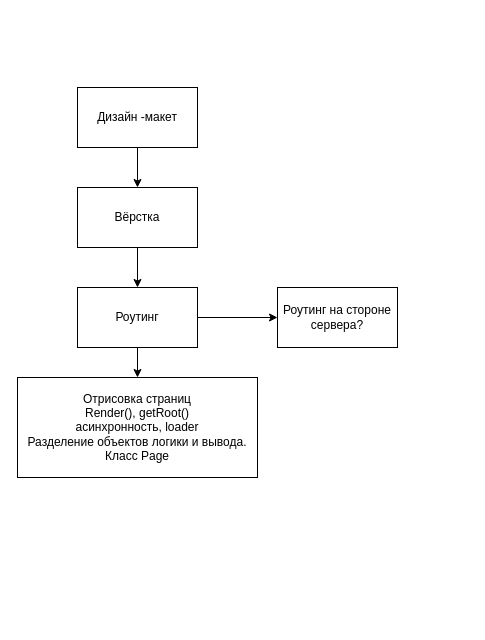
Before: page "Этапы создания проекта" (4 of 6) of TictacToe.drawio in OlegRnd/tic-tac-toe, a draw.io diagram. Source tidied: cells renumbered, new cells numbered last; positions are measured from the earlier drawing's top-left corner, leaving out a move shared by most shapes. Both pictures are drawn from the tidied source at 100%, with x=0, y=0 at pixel (17, 87).
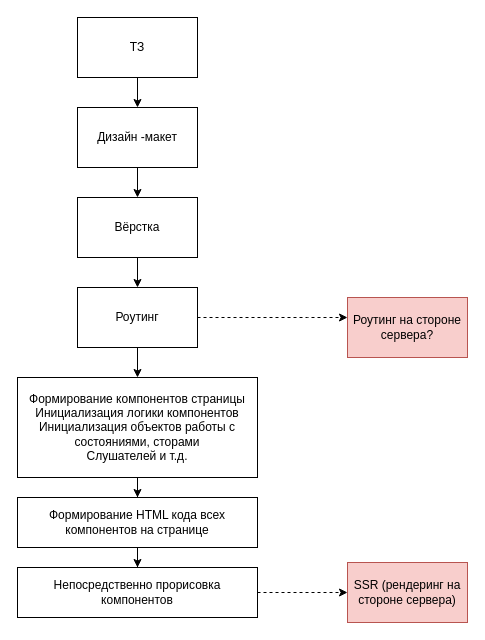
After the change.

The change refers to these unchanged cells:
```xml
<mxCell id="8" value="Роутинг" style="rounded=0;whiteSpace=wrap;html=1;fillColor=none;" parent="1" vertex="1">
  <mxGeometry x="60" y="200" width="120" height="60" as="geometry" />
</mxCell>
```

Change to the diagram source:
```diff
@@
     <mxCell id="3" value="Дизайн -макет" style="rounded=0;whiteSpace=wrap;html=1;fillColor=none;" parent="1" vertex="1">
-      <mxGeometry x="60" width="120" height="60" as="geometry" />
+      <mxGeometry x="60" y="20" width="120" height="60" as="geometry" />
     </mxCell>
@@
     <mxCell id="5" value="Вёрстка" style="rounded=0;whiteSpace=wrap;html=1;fillColor=none;" parent="1" vertex="1">
-      <mxGeometry x="60" y="100" width="120" height="60" as="geometry" />
+      <mxGeometry x="60" y="110" width="120" height="60" as="geometry" />
     </mxCell>
@@
-    <mxCell id="7" style="edgeStyle=orthogonalEdgeStyle;rounded=0;jettySize=auto;html=1;" parent="1" edge="1" source="8" target="10">
-      <mxGeometry relative="1" as="geometry" />
+    <mxCell id="7" style="edgeStyle=orthogonalEdgeStyle;rounded=0;jettySize=auto;html=1;dashed=1;" parent="1" edge="1" source="8" target="10">
+      <mxGeometry relative="1" as="geometry">
+        <Array as="points">
+          <mxPoint x="290" y="230" />
+          <mxPoint x="290" y="230" />
+        </Array>
+      </mxGeometry>
     </mxCell>
@@
+    <mxCell id="11" style="edgeStyle=orthogonalEdgeStyle;rounded=0;jettySize=auto;html=1;" parent="1" edge="1" source="9" target="13">
+      <mxGeometry relative="1" as="geometry" />
+    </mxCell>
-    <mxCell id="9" value="Отрисовка страниц&lt;br&gt;Render(), getRoot()&lt;br&gt;асинхронность, loader&lt;br&gt;Разделение объектов логики и вывода. Класc Page" style="whiteSpace=wrap;html=1;rounded=0;fillColor=none;" parent="1" vertex="1">
+    <mxCell id="9" value="Формирование компонентов страницы&lt;br&gt;Инициализация логики компонентов&lt;br&gt;Инициализация объектов работы с состояниями, сторами&lt;br&gt;Слушателей и т.д." style="whiteSpace=wrap;html=1;rounded=0;fillColor=none;" parent="1" vertex="1">
       <mxGeometry y="290" width="240" height="100" as="geometry" />
     </mxCell>
-    <mxCell id="10" value="Роутинг на стороне сервера?" style="rounded=0;whiteSpace=wrap;html=1;fillColor=none;" parent="1" vertex="1">
-      <mxGeometry x="260" y="200" width="120" height="60" as="geometry" />
+    <mxCell id="10" value="Роутинг на стороне сервера?" style="rounded=0;whiteSpace=wrap;html=1;fillColor=#f8cecc;strokeColor=#b85450;" parent="1" vertex="1">
+      <mxGeometry x="330" y="210" width="120" height="60" as="geometry" />
     </mxCell>
+    <mxCell id="12" style="edgeStyle=orthogonalEdgeStyle;rounded=0;jettySize=auto;html=1;" parent="1" edge="1" source="13" target="15">
+      <mxGeometry relative="1" as="geometry" />
+    </mxCell>
+    <mxCell id="13" value="Формирование HTML кода всех компонентов на странице" style="whiteSpace=wrap;html=1;rounded=0;fillColor=none;" parent="1" vertex="1">
+      <mxGeometry y="410" width="240" height="50" as="geometry" />
+    </mxCell>
+    <mxCell id="14" style="edgeStyle=orthogonalEdgeStyle;rounded=0;jettySize=auto;html=1;dashed=1;" parent="1" edge="1" source="15" target="18">
+      <mxGeometry relative="1" as="geometry" />
+    </mxCell>
+    <mxCell id="15" value="Непосредственно прорисовка компонентов" style="whiteSpace=wrap;html=1;rounded=0;fillColor=none;" parent="1" vertex="1">
+      <mxGeometry y="480" width="240" height="50" as="geometry" />
+    </mxCell>
+    <mxCell id="16" value="ТЗ" style="whiteSpace=wrap;html=1;rounded=0;fillColor=none;" parent="1" vertex="1">
+      <mxGeometry x="60" y="-70" width="120" height="60" as="geometry" />
+    </mxCell>
+    <mxCell id="17" style="endArrow=classic;html=1;exitX=0.5;exitY=1;exitDx=0;exitDy=0;entryX=0.5;entryY=0;entryDx=0;entryDy=0;" parent="1" edge="1" source="16" target="3">
+      <mxGeometry relative="1" as="geometry" />
+    </mxCell>
+    <mxCell id="18" value="SSR (рендеринг на стороне сервера)" style="whiteSpace=wrap;html=1;rounded=0;fillColor=#f8cecc;strokeColor=#b85450;" parent="1" vertex="1">
+      <mxGeometry x="330" y="475" width="120" height="60" as="geometry" />
+    </mxCell>
```
